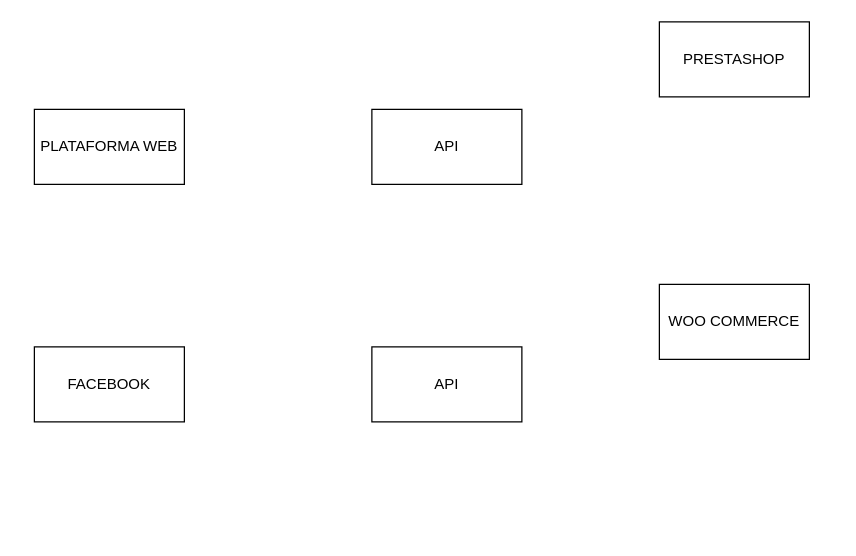
The draw.io diagram Untitled Diagram.drawio in dev-padawan/dev-padawan, before the edit. Source tidied: cells renumbered, new cells numbered last; positions are measured from the earlier drawing's top-left corner, leaving out a move shared by most shapes. Both pictures are drawn from the tidied source at 125%, with x=0, y=0 at pixel (34, 21).
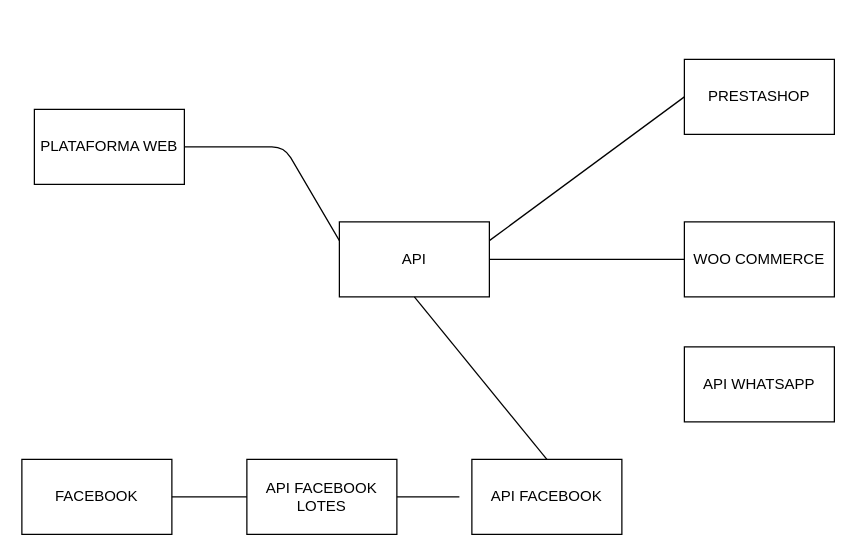
After the change.

The edit, as a diff of the source:
```diff
@@
 <mxGraphModel>
   <root>
     <mxCell id="0" />
     <mxCell id="1" parent="0" />
     <mxCell id="2" value="PLATAFORMA WEB&lt;br&gt;" style="rounded=0;whiteSpace=wrap;html=1;" parent="1" vertex="1">
       <mxGeometry y="70" width="120" height="60" as="geometry" />
     </mxCell>
     <mxCell id="3" value="API" style="rounded=0;whiteSpace=wrap;html=1;" parent="1" vertex="1">
-      <mxGeometry x="270" y="70" width="120" height="60" as="geometry" />
+      <mxGeometry x="244" y="160" width="120" height="60" as="geometry" />
     </mxCell>
     <mxCell id="4" value="PRESTASHOP" style="rounded=0;whiteSpace=wrap;html=1;" parent="1" vertex="1">
-      <mxGeometry x="500" width="120" height="60" as="geometry" />
+      <mxGeometry x="520" y="30" width="120" height="60" as="geometry" />
     </mxCell>
     <mxCell id="5" value="WOO COMMERCE" style="rounded=0;whiteSpace=wrap;html=1;" parent="1" vertex="1">
-      <mxGeometry x="500" y="210" width="120" height="60" as="geometry" />
+      <mxGeometry x="520" y="160" width="120" height="60" as="geometry" />
     </mxCell>
     <mxCell id="6" value="FACEBOOK" style="rounded=0;whiteSpace=wrap;html=1;" parent="1" vertex="1">
-      <mxGeometry y="260" width="120" height="60" as="geometry" />
+      <mxGeometry x="-10" y="350" width="120" height="60" as="geometry" />
     </mxCell>
-    <mxCell id="7" value="API" style="rounded=0;whiteSpace=wrap;html=1;" parent="1" vertex="1">
-      <mxGeometry x="270" y="260" width="120" height="60" as="geometry" />
+    <mxCell id="7" value="API FACEBOOK" style="rounded=0;whiteSpace=wrap;html=1;" parent="1" vertex="1">
+      <mxGeometry x="350" y="350" width="120" height="60" as="geometry" />
     </mxCell>
+    <mxCell id="8" value="API WHATSAPP" style="rounded=0;whiteSpace=wrap;html=1;" parent="1" vertex="1">
+      <mxGeometry x="520" y="260" width="120" height="60" as="geometry" />
+    </mxCell>
+    <mxCell id="9" value="API FACEBOOK LOTES" style="rounded=0;whiteSpace=wrap;html=1;" parent="1" vertex="1">
+      <mxGeometry x="170" y="350" width="120" height="60" as="geometry" />
+    </mxCell>
+    <mxCell id="10" style="endArrow=none;html=1;exitX=1;exitY=0.5;exitDx=0;exitDy=0;" parent="1" edge="1" source="9">
+      <mxGeometry relative="1" as="geometry">
+        <mxPoint x="340" y="380" as="targetPoint" />
+      </mxGeometry>
+    </mxCell>
+    <mxCell id="11" style="endArrow=none;html=1;entryX=0;entryY=0.5;entryDx=0;entryDy=0;exitX=1;exitY=0.5;exitDx=0;exitDy=0;" parent="1" edge="1" source="6" target="9">
+      <mxGeometry relative="1" as="geometry" />
+    </mxCell>
+    <mxCell id="12" style="endArrow=none;html=1;entryX=0;entryY=0.5;entryDx=0;entryDy=0;exitX=1;exitY=0.25;exitDx=0;exitDy=0;" parent="1" edge="1" source="3" target="4">
+      <mxGeometry relative="1" as="geometry" />
+    </mxCell>
+    <mxCell id="13" style="endArrow=none;html=1;entryX=0;entryY=0.5;entryDx=0;entryDy=0;exitX=1;exitY=0.5;exitDx=0;exitDy=0;" parent="1" edge="1" source="3" target="5">
+      <mxGeometry relative="1" as="geometry" />
+    </mxCell>
+    <mxCell id="14" style="endArrow=none;html=1;entryX=0.5;entryY=0;entryDx=0;entryDy=0;exitX=0.5;exitY=1;exitDx=0;exitDy=0;" parent="1" edge="1" source="3" target="7">
+      <mxGeometry relative="1" as="geometry" />
+    </mxCell>
+    <mxCell id="15" style="endArrow=none;html=1;entryX=0;entryY=0.25;entryDx=0;entryDy=0;exitX=1;exitY=0.5;exitDx=0;exitDy=0;" parent="1" edge="1" source="2" target="3">
+      <mxGeometry relative="1" as="geometry">
+        <Array as="points">
+          <mxPoint x="200" y="100" />
+        </Array>
+      </mxGeometry>
+    </mxCell>
   </root>
 </mxGraphModel>
```
